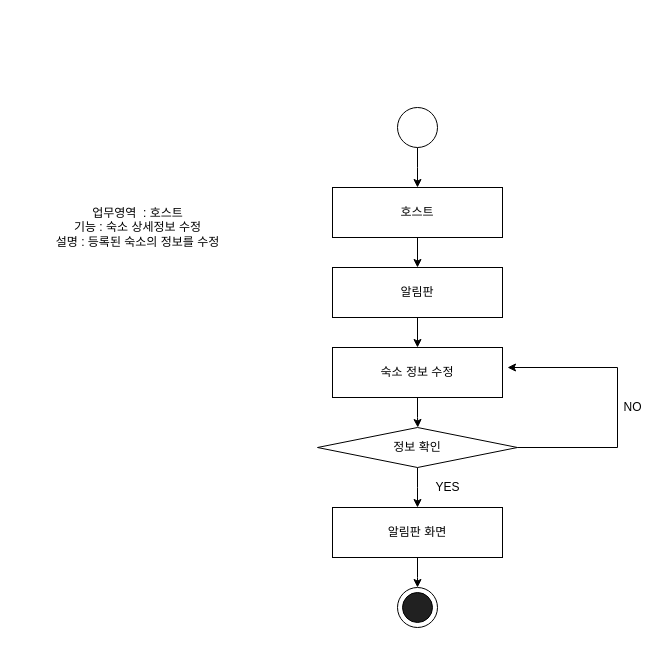
Above: 네비게이션 흐름도/숙소수정.drawio in snowskyblue/- (draw.io), before the change. Source tidied: cells renumbered, new cells numbered last; positions are measured from the earlier drawing's top-left corner, leaving out a move shared by most shapes. Both pictures are drawn from the tidied source at 100%, with x=0, y=0 at pixel (42, 107).
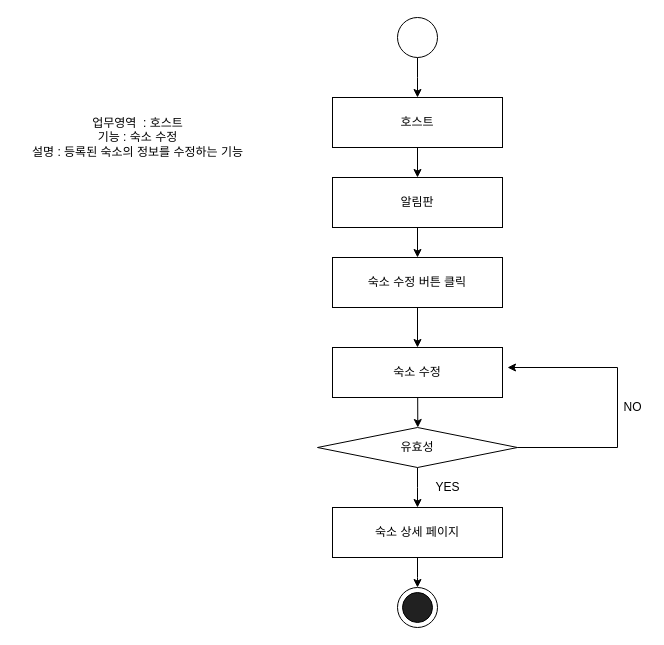
Above is the later version.

The edit, as a diff of the source:
```diff
@@
     <mxCell id="2" style="edgeStyle=orthogonalEdgeStyle;rounded=0;jettySize=auto;html=1;" parent="1" edge="1" source="3">
       <mxGeometry relative="1" as="geometry">
-        <mxPoint x="375" y="80" as="targetPoint" />
+        <mxPoint x="375" y="-10" as="targetPoint" />
       </mxGeometry>
     </mxCell>
     <mxCell id="3" style="ellipse;whiteSpace=wrap;html=1;" parent="1" vertex="1">
-      <mxGeometry x="355" width="40" height="40" as="geometry" />
+      <mxGeometry x="355" y="-90" width="40" height="40" as="geometry" />
     </mxCell>
@@
     <mxCell id="5" value="호스트" style="rounded=0;whiteSpace=wrap;html=1;" parent="1" vertex="1">
-      <mxGeometry x="290" y="80" width="170" height="50" as="geometry" />
+      <mxGeometry x="290" y="-10" width="170" height="50" as="geometry" />
     </mxCell>
@@
     <mxCell id="7" value="알림판" style="rounded=0;whiteSpace=wrap;html=1;" parent="1" vertex="1">
-      <mxGeometry x="290" y="160" width="170" height="50" as="geometry" />
+      <mxGeometry x="290" y="70" width="170" height="50" as="geometry" />
     </mxCell>
-    <mxCell id="8" style="edgeStyle=orthogonalEdgeStyle;rounded=0;jettySize=auto;html=1;" parent="1" edge="1" source="9">
+    <mxCell id="8" style="edgeStyle=orthogonalEdgeStyle;rounded=0;orthogonalLoop=1;jettySize=auto;html=1;" parent="1" edge="1">
       <mxGeometry relative="1" as="geometry">
+        <mxPoint x="375.2" y="290" as="sourcePoint" />
         <mxPoint x="375.3" y="320" as="targetPoint" />
       </mxGeometry>
     </mxCell>
+    <mxCell id="20" style="edgeStyle=orthogonalEdgeStyle;rounded=0;jettySize=auto;html=1;" parent="1" edge="1" source="9" target="21">
+      <mxGeometry relative="1" as="geometry" />
+    </mxCell>
-    <mxCell id="9" value="숙소 정보 수정" style="rounded=0;whiteSpace=wrap;html=1;" parent="1" vertex="1">
-      <mxGeometry x="290" y="240" width="170" height="50" as="geometry" />
+    <mxCell id="9" value="숙소 수정 버튼 클릭" style="rounded=0;whiteSpace=wrap;html=1;" parent="1" vertex="1">
+      <mxGeometry x="290" y="150" width="170" height="50" as="geometry" />
     </mxCell>
@@
-    <mxCell id="12" value="정보 확인" style="rhombus;whiteSpace=wrap;html=1;" parent="1" vertex="1">
+    <mxCell id="12" value="유효성" style="rhombus;whiteSpace=wrap;html=1;" parent="1" vertex="1">
       <mxGeometry x="275" y="320" width="200" height="40" as="geometry" />
     </mxCell>
@@
-    <mxCell id="14" value="알림판 화면" style="rounded=0;whiteSpace=wrap;html=1;" parent="1" vertex="1">
+    <mxCell id="14" value="숙소 상세 페이지" style="rounded=0;whiteSpace=wrap;html=1;" parent="1" vertex="1">
       <mxGeometry x="290" y="400" width="170" height="50" as="geometry" />
     </mxCell>
@@
-    <mxCell id="19" value="&lt;div&gt;업무영역&amp;nbsp; : 호스트&lt;/div&gt;&lt;div&gt;기능 : 숙소 상세정보 수정&lt;/div&gt;&lt;div&gt;설명 : 등록된 숙소의 정보를 수정&lt;/div&gt;" style="text;html=1;align=center;verticalAlign=middle;" parent="1" vertex="1">
-      <mxGeometry y="95" width="190" height="50" as="geometry" />
+    <mxCell id="19" value="&lt;div&gt;업무영역&amp;nbsp; : 호스트&lt;/div&gt;&lt;div&gt;기능 : 숙소 수정&lt;/div&gt;&lt;div&gt;설명 : 등록된 숙소의 정보를 수정하는 기능&lt;/div&gt;" style="text;html=1;align=center;verticalAlign=middle;" parent="1" vertex="1">
+      <mxGeometry x="-25" y="5" width="240" height="50" as="geometry" />
     </mxCell>
+    <mxCell id="21" value="숙소 수정" style="rounded=0;whiteSpace=wrap;html=1;" parent="1" vertex="1">
+      <mxGeometry x="290" y="240" width="170" height="50" as="geometry" />
+    </mxCell>
```
